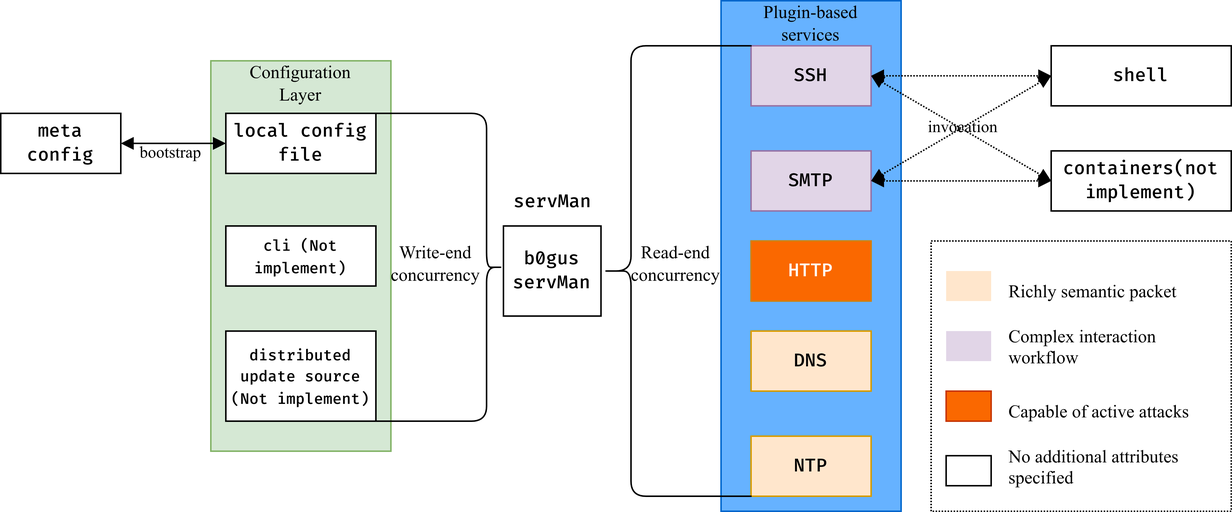
Earlier version of the draw.io export assets/design/en/arch-design.png (TrisenYu/b0gus). Source tidied: cells renumbered, new cells last; positions are measured from the earlier drawing's top-left corner, leaving out a move shared by most shapes.
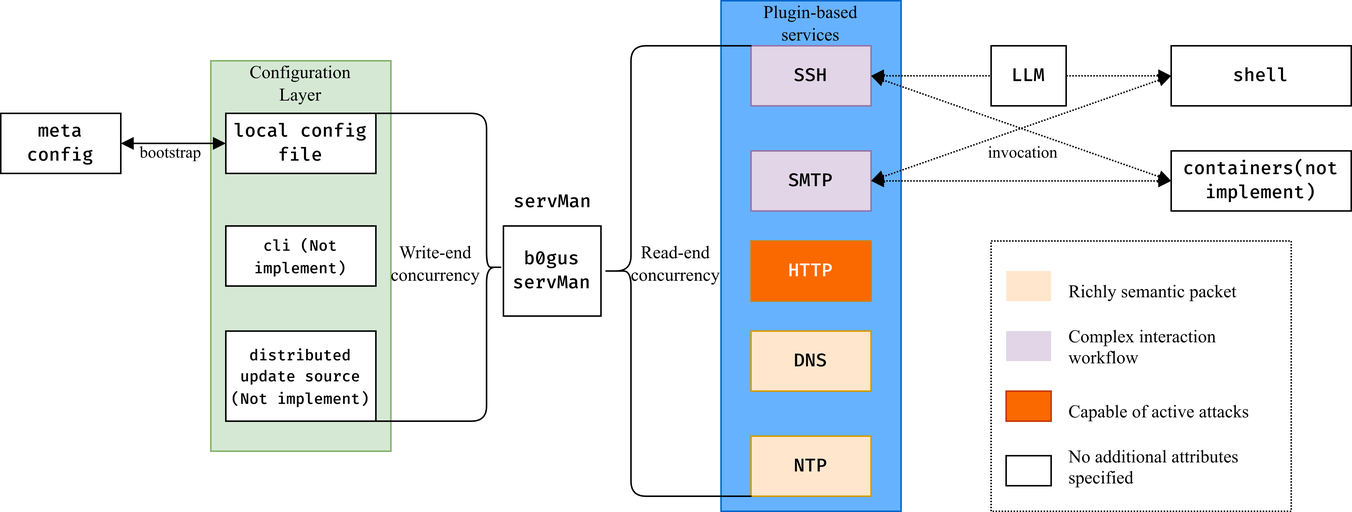
The same diagram one commit later.

What changed in the source:
```diff
@@ -36,10 +36,10 @@
       <mxGeometry x="335" y="150" width="65" height="60" as="geometry" />
     </mxCell>
     <mxCell id="13" value="&lt;font face=&quot;Fira Code&quot;&gt;shell&lt;/font&gt;" style="rounded=0;whiteSpace=wrap;html=1;" parent="1" vertex="1">
-      <mxGeometry x="700" y="30" width="120" height="40" as="geometry" />
+      <mxGeometry x="780" y="30" width="120" height="40" as="geometry" />
     </mxCell>
     <mxCell id="14" value="&lt;font face=&quot;Fira Code&quot;&gt;containers(not implement)&lt;/font&gt;" style="rounded=0;whiteSpace=wrap;html=1;align=center;" parent="1" vertex="1">
-      <mxGeometry x="700" y="100" width="120" height="40" as="geometry" />
+      <mxGeometry x="780" y="100" width="120" height="40" as="geometry" />
     </mxCell>
     <mxCell id="15" style="endArrow=block;startArrow=block;html=1;exitX=1;exitY=0.5;exitDx=0;exitDy=0;entryX=0;entryY=0.5;entryDx=0;entryDy=0;dashed=1;dashPattern=1 1;startFill=1;endFill=1;" parent="1" edge="1" source="5" target="13">
       <mxGeometry relative="1" as="geometry" />
@@ -51,7 +51,9 @@
       <mxGeometry relative="1" as="geometry" />
     </mxCell>
     <mxCell id="18" value="&lt;font face=&quot;Times New Roman&quot;&gt;invocation&lt;/font&gt;" style="edgeLabel;html=1;align=center;verticalAlign=middle;labelBackgroundColor=none;" parent="17" vertex="1">
-      <mxGeometry y="1" relative="1" as="geometry" />
+      <mxGeometry y="1" relative="1" as="geometry">
+        <mxPoint y="16" as="offset" />
+      </mxGeometry>
     </mxCell>
     <mxCell id="19" style="endArrow=block;startArrow=block;html=1;exitX=1;exitY=0.5;exitDx=0;exitDy=0;dashed=1;dashPattern=1 1;startFill=1;endFill=1;entryX=0;entryY=0.5;entryDx=0;entryDy=0;" parent="1" edge="1" source="5" target="14">
       <mxGeometry relative="1" as="geometry" />
@@ -71,25 +73,25 @@
       </mxGeometry>
     </mxCell>
     <mxCell id="24" style="rounded=0;whiteSpace=wrap;html=1;fillColor=none;dashed=1;dashPattern=1 1;" parent="1" vertex="1">
-      <mxGeometry x="620" y="160" width="200" height="180" as="geometry" />
+      <mxGeometry x="660" y="160" width="200" height="180" as="geometry" />
     </mxCell>
     <mxCell id="25" style="text;html=1;align=center;verticalAlign=middle;whiteSpace=wrap;rounded=0;fillColor=#ffe6cc;strokeColor=none;" parent="1" vertex="1">
-      <mxGeometry x="630" y="180" width="30" height="20" as="geometry" />
+      <mxGeometry x="670" y="180" width="30" height="20" as="geometry" />
     </mxCell>
     <mxCell id="26" style="text;html=1;align=center;verticalAlign=middle;whiteSpace=wrap;rounded=0;fillColor=#e1d5e7;strokeColor=none;" parent="1" vertex="1">
-      <mxGeometry x="630" y="220" width="30" height="20" as="geometry" />
+      <mxGeometry x="670" y="220" width="30" height="20" as="geometry" />
     </mxCell>
     <mxCell id="27" value="Complex interaction workflow&lt;div style=&quot;text-align: center;&quot;&gt;&lt;/div&gt;" style="text;whiteSpace=wrap;html=1;fontFamily=Times New Roman;" parent="1" vertex="1">
-      <mxGeometry x="670" y="210" width="130" height="30" as="geometry" />
+      <mxGeometry x="710" y="210" width="130" height="30" as="geometry" />
     </mxCell>
     <mxCell id="28" style="text;html=1;align=center;verticalAlign=middle;whiteSpace=wrap;rounded=0;strokeColor=default;fillColor=#FFFFFF;" parent="1" vertex="1">
-      <mxGeometry x="630" y="303" width="30" height="20" as="geometry" />
+      <mxGeometry x="670" y="303" width="30" height="20" as="geometry" />
     </mxCell>
     <mxCell id="29" value="&lt;div style=&quot;&quot;&gt;No additional attributes specified&lt;/div&gt;" style="text;whiteSpace=wrap;html=1;align=left;fontFamily=Times New Roman;" parent="1" vertex="1">
-      <mxGeometry x="670" y="290" width="150" height="30" as="geometry" />
+      <mxGeometry x="710" y="290" width="150" height="30" as="geometry" />
     </mxCell>
     <mxCell id="30" value="Richly semantic packet&lt;div style=&quot;text-align: center;&quot;&gt;&lt;/div&gt;" style="text;whiteSpace=wrap;html=1;fontFamily=Times New Roman;" parent="1" vertex="1">
-      <mxGeometry x="670" y="180" width="150" height="20" as="geometry" />
+      <mxGeometry x="710" y="180" width="150" height="20" as="geometry" />
     </mxCell>
     <mxCell id="31" value="&lt;font style=&quot;color: rgb(0, 0, 0);&quot;&gt;&lt;font face=&quot;Times New Roman&quot;&gt;Configuration&lt;br&gt;Layer&lt;/font&gt;&lt;br&gt;&lt;/font&gt;" style="text;html=1;align=center;verticalAlign=middle;whiteSpace=wrap;rounded=0;strokeColor=none;" parent="1" vertex="1">
       <mxGeometry x="150" y="40" width="100" height="30" as="geometry" />
@@ -98,10 +100,10 @@
       <mxGeometry x="490" width="100" height="30" as="geometry" />
     </mxCell>
     <mxCell id="33" style="text;html=1;align=center;verticalAlign=middle;whiteSpace=wrap;rounded=0;fillColor=#fa6800;strokeColor=#C73500;fontColor=#000000;" parent="1" vertex="1">
-      <mxGeometry x="630" y="260" width="30" height="20" as="geometry" />
+      <mxGeometry x="670" y="260" width="30" height="20" as="geometry" />
     </mxCell>
     <mxCell id="34" value="Capable of active attacks&lt;div style=&quot;text-align: center;&quot;&gt;&lt;/div&gt;" style="text;whiteSpace=wrap;html=1;fontFamily=Times New Roman;" parent="1" vertex="1">
-      <mxGeometry x="670" y="260" width="150" height="20" as="geometry" />
+      <mxGeometry x="710" y="260" width="150" height="20" as="geometry" />
     </mxCell>
     <mxCell id="35" style="shape=curlyBracket;whiteSpace=wrap;html=1;rounded=1;labelPosition=left;verticalLabelPosition=middle;align=right;verticalAlign=middle;shadow=0;linecap=round;linejoin=miter-clip;rotation=-180;size=0.125;" parent="1" vertex="1">
       <mxGeometry x="245" y="75" width="90" height="205" as="geometry" />
@@ -115,5 +117,8 @@
     <mxCell id="38" value="&lt;font face=&quot;Times New Roman&quot;&gt;Write-end&lt;br&gt;concurrency&lt;/font&gt;" style="text;html=1;align=center;verticalAlign=middle;whiteSpace=wrap;rounded=0;" parent="1" vertex="1">
       <mxGeometry x="260" y="160" width="60" height="30" as="geometry" />
     </mxCell>
+    <mxCell id="39" value="&lt;font face=&quot;Fira Code&quot;&gt;LLM&lt;/font&gt;" style="rounded=0;whiteSpace=wrap;html=1;" parent="1" vertex="1">
+      <mxGeometry x="660" y="30" width="50" height="40" as="geometry" />
+    </mxCell>
   </root>
 </mxGraphModel>
```
